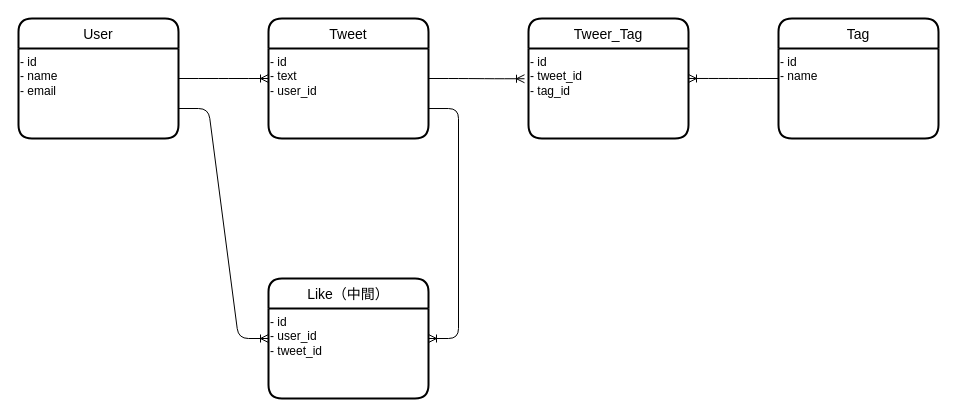
Earlier version of the draw.io diagram ER.drawio (mzw86020424/rails-mzw-001). Source tidied: cells renumbered, new cells numbered last; positions are measured from the earlier drawing's top-left corner, leaving out a move shared by most shapes. Both pictures are drawn from the tidied source at 100%, with x=0, y=0 at pixel (18, 18).
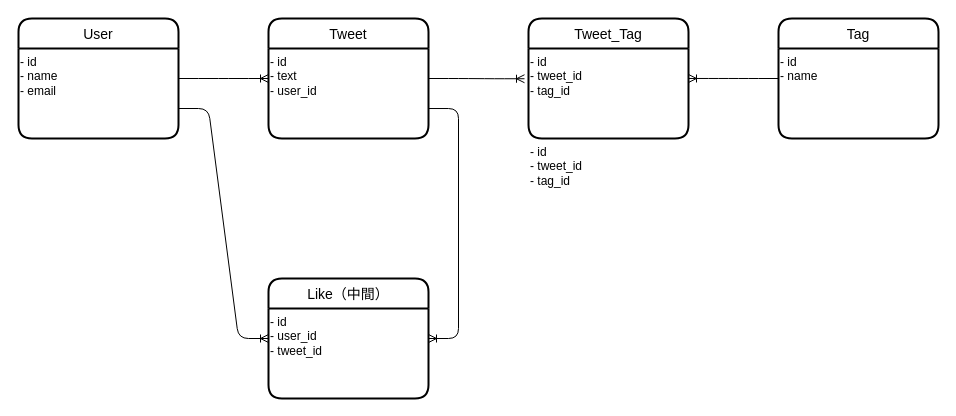
Above is the later version.

Diff of the diagram source:
```diff
@@
 <mxGraphModel>
   <root>
     <mxCell id="0" />
     <mxCell id="1" parent="0" />
     <mxCell id="2" value="User" style="swimlane;horizontal=1;startSize=30;rounded=1;fontSize=14;fontStyle=0;strokeWidth=2;shadow=0;dashed=0;align=center;" parent="1" vertex="1">
       <mxGeometry width="160" height="120" as="geometry" />
     </mxCell>
     <mxCell id="3" value="- id&lt;br&gt;- name&lt;br&gt;- email" style="text;html=1;align=left;verticalAlign=top;strokeColor=none;fillColor=none;" parent="2" vertex="1">
       <mxGeometry y="30" width="160" height="90" as="geometry" />
     </mxCell>
     <mxCell id="4" value="Tweet" style="swimlane;horizontal=1;startSize=30;rounded=1;fontSize=14;fontStyle=0;strokeWidth=2;shadow=0;dashed=0;align=center;" parent="1" vertex="1">
       <mxGeometry x="250" width="160" height="120" as="geometry" />
     </mxCell>
     <mxCell id="5" value="- id&lt;br&gt;- text&lt;br&gt;- user_id" style="text;html=1;align=left;verticalAlign=top;points=[];strokeColor=none;fillColor=none;" parent="4" vertex="1">
       <mxGeometry y="30" width="160" height="90" as="geometry" />
     </mxCell>
     <mxCell id="6" value="Like（中間）" style="swimlane;horizontal=1;startSize=30;rounded=1;fontSize=14;fontStyle=0;strokeWidth=2;shadow=0;dashed=0;align=center;" parent="1" vertex="1">
       <mxGeometry x="250" y="260" width="160" height="120" as="geometry" />
     </mxCell>
     <mxCell id="7" value="- id&lt;br&gt;- user_id&lt;br&gt;- tweet_id" style="text;html=1;align=left;verticalAlign=top;strokeColor=none;fillColor=none;" parent="6" vertex="1">
       <mxGeometry y="30" width="160" height="90" as="geometry" />
     </mxCell>
     <mxCell id="8" value="Tag" style="swimlane;horizontal=1;startSize=30;rounded=1;fontSize=14;fontStyle=0;strokeWidth=2;shadow=0;dashed=0;align=center;" parent="1" vertex="1">
       <mxGeometry x="760" width="160" height="120" as="geometry" />
     </mxCell>
     <mxCell id="9" value="- id&lt;br&gt;- name" style="text;html=1;align=left;verticalAlign=top;strokeColor=none;fillColor=none;horizontal=1;" parent="8" vertex="1">
       <mxGeometry y="30" width="160" height="90" as="geometry" />
     </mxCell>
     <mxCell id="10" style="edgeStyle=entityRelationEdgeStyle;fontSize=12;html=1;endArrow=ERoneToMany;exitX=1;exitY=0.5;exitDx=0;exitDy=0;entryX=0;entryY=0.5;entryDx=0;entryDy=0;" parent="1" edge="1" source="2" target="4">
       <mxGeometry relative="1" as="geometry" />
     </mxCell>
     <mxCell id="11" style="edgeStyle=entityRelationEdgeStyle;fontSize=12;html=1;endArrow=ERoneToMany;exitX=1;exitY=0.75;exitDx=0;exitDy=0;entryX=0;entryY=0.5;entryDx=0;entryDy=0;" parent="1" edge="1" source="2" target="6">
       <mxGeometry relative="1" as="geometry" />
     </mxCell>
     <mxCell id="12" style="edgeStyle=entityRelationEdgeStyle;fontSize=12;html=1;endArrow=ERoneToMany;entryX=1;entryY=0.5;entryDx=0;entryDy=0;exitX=1;exitY=0.667;exitDx=0;exitDy=0;exitPerimeter=0;" parent="1" edge="1" source="5" target="6">
       <mxGeometry relative="1" as="geometry" />
     </mxCell>
-    <mxCell id="13" value="Tweer_Tag" style="swimlane;horizontal=1;startSize=30;rounded=1;fontSize=14;fontStyle=0;strokeWidth=2;shadow=0;dashed=0;align=center;" parent="1" vertex="1">
+    <mxCell id="13" value="Tweet_Tag" style="swimlane;horizontal=1;startSize=30;rounded=1;fontSize=14;fontStyle=0;strokeWidth=2;shadow=0;dashed=0;align=center;" parent="1" vertex="1">
       <mxGeometry x="510" width="160" height="120" as="geometry" />
     </mxCell>
     <mxCell id="14" value="- id&lt;br&gt;- tweet_id&lt;br&gt;- tag_id" style="text;html=1;align=left;verticalAlign=top;points=[];strokeColor=none;fillColor=none;horizontal=1;" parent="13" vertex="1">
       <mxGeometry y="30" width="160" height="90" as="geometry" />
     </mxCell>
+    <mxCell id="17" value="- id&lt;br&gt;- tweet_id&lt;br&gt;- tag_id" style="text;html=1;align=left;verticalAlign=top;strokeColor=none;fillColor=none;horizontal=1;" parent="13" vertex="1">
+      <mxGeometry y="120" width="160" as="geometry" />
+    </mxCell>
     <mxCell id="15" style="edgeStyle=entityRelationEdgeStyle;fontSize=12;html=1;endArrow=ERoneToMany;entryX=-0.025;entryY=0.336;entryDx=0;entryDy=0;entryPerimeter=0;" parent="1" edge="1" target="14">
       <mxGeometry relative="1" as="geometry">
         <mxPoint x="410" y="60" as="sourcePoint" />
       </mxGeometry>
     </mxCell>
     <mxCell id="16" style="edgeStyle=entityRelationEdgeStyle;fontSize=12;html=1;endArrow=ERoneToMany;exitX=0;exitY=0.5;exitDx=0;exitDy=0;entryX=1;entryY=0.333;entryDx=0;entryDy=0;entryPerimeter=0;" parent="1" edge="1" source="8" target="14">
       <mxGeometry relative="1" as="geometry" />
     </mxCell>
   </root>
 </mxGraphModel>
```
